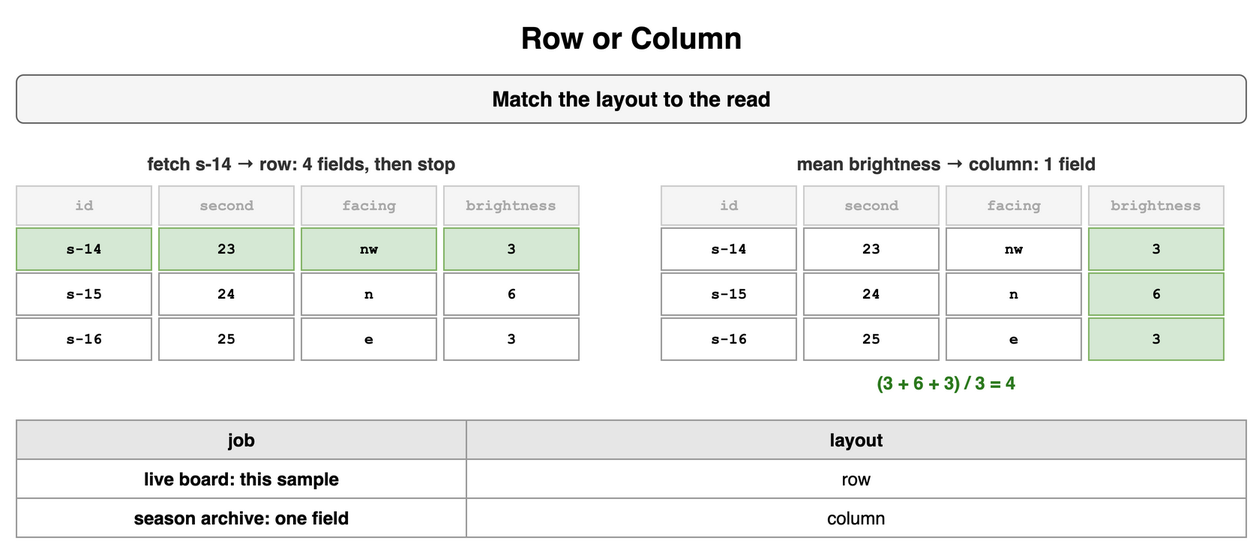
This is content/09_System_Design_Interview/14_Encoding_Serialization_and_Schema_Evolution/diagrams/encoding-5-row-or-column.png from amendez13/swe-study-guide, a draw.io export, as it was before one commit. Source tidied: cells renumbered, new cells last; positions are measured from the earlier drawing's top-left corner, leaving out a move shared by most shapes.
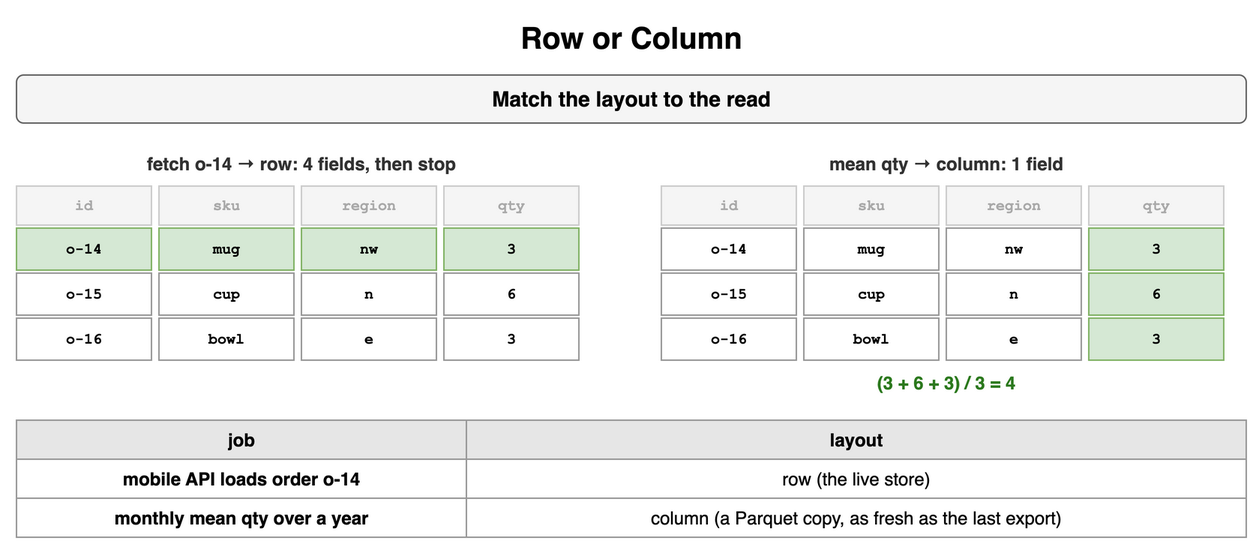
After the change.

Diff of the diagram source:
```diff
@@ -8,25 +8,25 @@
     <mxCell id="3" value="Match the layout to the read" style="rounded=1;whiteSpace=wrap;html=1;fillColor=#f5f5f5;strokeColor=#666666;fontStyle=1;fontSize=14;" parent="1" vertex="1">
       <mxGeometry y="40" width="820" height="32" as="geometry" />
     </mxCell>
-    <mxCell id="4" value="fetch s-14 → row: 4 fields, then stop" style="text;html=1;whiteSpace=wrap;fontSize=11;align=center;verticalAlign=middle;fontSize=12;fontColor=#333333;fontStyle=1;" parent="1" vertex="1">
+    <mxCell id="4" value="fetch o-14 → row: 4 fields, then stop" style="text;html=1;whiteSpace=wrap;fontSize=11;align=center;verticalAlign=middle;fontSize=12;fontColor=#333333;fontStyle=1;" parent="1" vertex="1">
       <mxGeometry y="90" width="380" height="18" as="geometry" />
     </mxCell>
     <mxCell id="5" value="id" style="rounded=0;whiteSpace=wrap;html=1;fontFamily=Courier New;fontStyle=1;fontSize=13;fillColor=#f5f5f5;strokeColor=#cccccc;fontSize=10;fontColor=#aaaaaa;" parent="1" vertex="1">
       <mxGeometry y="114" width="90" height="26" as="geometry" />
     </mxCell>
-    <mxCell id="6" value="second" style="rounded=0;whiteSpace=wrap;html=1;fontFamily=Courier New;fontStyle=1;fontSize=13;fillColor=#f5f5f5;strokeColor=#cccccc;fontSize=10;fontColor=#aaaaaa;" parent="1" vertex="1">
+    <mxCell id="6" value="sku" style="rounded=0;whiteSpace=wrap;html=1;fontFamily=Courier New;fontStyle=1;fontSize=13;fillColor=#f5f5f5;strokeColor=#cccccc;fontSize=10;fontColor=#aaaaaa;" parent="1" vertex="1">
       <mxGeometry x="95" y="114" width="90" height="26" as="geometry" />
     </mxCell>
-    <mxCell id="7" value="facing" style="rounded=0;whiteSpace=wrap;html=1;fontFamily=Courier New;fontStyle=1;fontSize=13;fillColor=#f5f5f5;strokeColor=#cccccc;fontSize=10;fontColor=#aaaaaa;" parent="1" vertex="1">
+    <mxCell id="7" value="region" style="rounded=0;whiteSpace=wrap;html=1;fontFamily=Courier New;fontStyle=1;fontSize=13;fillColor=#f5f5f5;strokeColor=#cccccc;fontSize=10;fontColor=#aaaaaa;" parent="1" vertex="1">
       <mxGeometry x="190" y="114" width="90" height="26" as="geometry" />
     </mxCell>
-    <mxCell id="8" value="brightness" style="rounded=0;whiteSpace=wrap;html=1;fontFamily=Courier New;fontStyle=1;fontSize=13;fillColor=#f5f5f5;strokeColor=#cccccc;fontSize=10;fontColor=#aaaaaa;" parent="1" vertex="1">
+    <mxCell id="8" value="qty" style="rounded=0;whiteSpace=wrap;html=1;fontFamily=Courier New;fontStyle=1;fontSize=13;fillColor=#f5f5f5;strokeColor=#cccccc;fontSize=10;fontColor=#aaaaaa;" parent="1" vertex="1">
       <mxGeometry x="285" y="114" width="90" height="26" as="geometry" />
     </mxCell>
-    <mxCell id="9" value="s-14" style="rounded=0;whiteSpace=wrap;html=1;fontFamily=Courier New;fontStyle=1;fontSize=13;fillColor=#d5e8d4;strokeColor=#82b366;fontSize=10;" parent="1" vertex="1">
+    <mxCell id="9" value="o-14" style="rounded=0;whiteSpace=wrap;html=1;fontFamily=Courier New;fontStyle=1;fontSize=13;fillColor=#d5e8d4;strokeColor=#82b366;fontSize=10;" parent="1" vertex="1">
       <mxGeometry y="142" width="90" height="28" as="geometry" />
     </mxCell>
-    <mxCell id="10" value="23" style="rounded=0;whiteSpace=wrap;html=1;fontFamily=Courier New;fontStyle=1;fontSize=13;fillColor=#d5e8d4;strokeColor=#82b366;fontSize=10;" parent="1" vertex="1">
+    <mxCell id="10" value="mug" style="rounded=0;whiteSpace=wrap;html=1;fontFamily=Courier New;fontStyle=1;fontSize=13;fillColor=#d5e8d4;strokeColor=#82b366;fontSize=10;" parent="1" vertex="1">
       <mxGeometry x="95" y="142" width="90" height="28" as="geometry" />
     </mxCell>
     <mxCell id="11" value="nw" style="rounded=0;whiteSpace=wrap;html=1;fontFamily=Courier New;fontStyle=1;fontSize=13;fillColor=#d5e8d4;strokeColor=#82b366;fontSize=10;" parent="1" vertex="1">
@@ -35,10 +35,10 @@
     <mxCell id="12" value="3" style="rounded=0;whiteSpace=wrap;html=1;fontFamily=Courier New;fontStyle=1;fontSize=13;fillColor=#d5e8d4;strokeColor=#82b366;fontSize=10;" parent="1" vertex="1">
       <mxGeometry x="285" y="142" width="90" height="28" as="geometry" />
     </mxCell>
-    <mxCell id="13" value="s-15" style="rounded=0;whiteSpace=wrap;html=1;fontFamily=Courier New;fontStyle=1;fontSize=13;fillColor=#ffffff;strokeColor=#999999;fontSize=10;" parent="1" vertex="1">
+    <mxCell id="13" value="o-15" style="rounded=0;whiteSpace=wrap;html=1;fontFamily=Courier New;fontStyle=1;fontSize=13;fillColor=#ffffff;strokeColor=#999999;fontSize=10;" parent="1" vertex="1">
       <mxGeometry y="172" width="90" height="28" as="geometry" />
     </mxCell>
-    <mxCell id="14" value="24" style="rounded=0;whiteSpace=wrap;html=1;fontFamily=Courier New;fontStyle=1;fontSize=13;fillColor=#ffffff;strokeColor=#999999;fontSize=10;" parent="1" vertex="1">
+    <mxCell id="14" value="cup" style="rounded=0;whiteSpace=wrap;html=1;fontFamily=Courier New;fontStyle=1;fontSize=13;fillColor=#ffffff;strokeColor=#999999;fontSize=10;" parent="1" vertex="1">
       <mxGeometry x="95" y="172" width="90" height="28" as="geometry" />
     </mxCell>
     <mxCell id="15" value="n" style="rounded=0;whiteSpace=wrap;html=1;fontFamily=Courier New;fontStyle=1;fontSize=13;fillColor=#ffffff;strokeColor=#999999;fontSize=10;" parent="1" vertex="1">
@@ -47,10 +47,10 @@
     <mxCell id="16" value="6" style="rounded=0;whiteSpace=wrap;html=1;fontFamily=Courier New;fontStyle=1;fontSize=13;fillColor=#ffffff;strokeColor=#999999;fontSize=10;" parent="1" vertex="1">
       <mxGeometry x="285" y="172" width="90" height="28" as="geometry" />
     </mxCell>
-    <mxCell id="17" value="s-16" style="rounded=0;whiteSpace=wrap;html=1;fontFamily=Courier New;fontStyle=1;fontSize=13;fillColor=#ffffff;strokeColor=#999999;fontSize=10;" parent="1" vertex="1">
+    <mxCell id="17" value="o-16" style="rounded=0;whiteSpace=wrap;html=1;fontFamily=Courier New;fontStyle=1;fontSize=13;fillColor=#ffffff;strokeColor=#999999;fontSize=10;" parent="1" vertex="1">
       <mxGeometry y="202" width="90" height="28" as="geometry" />
     </mxCell>
-    <mxCell id="18" value="25" style="rounded=0;whiteSpace=wrap;html=1;fontFamily=Courier New;fontStyle=1;fontSize=13;fillColor=#ffffff;strokeColor=#999999;fontSize=10;" parent="1" vertex="1">
+    <mxCell id="18" value="bowl" style="rounded=0;whiteSpace=wrap;html=1;fontFamily=Courier New;fontStyle=1;fontSize=13;fillColor=#ffffff;strokeColor=#999999;fontSize=10;" parent="1" vertex="1">
       <mxGeometry x="95" y="202" width="90" height="28" as="geometry" />
     </mxCell>
     <mxCell id="19" value="e" style="rounded=0;whiteSpace=wrap;html=1;fontFamily=Courier New;fontStyle=1;fontSize=13;fillColor=#ffffff;strokeColor=#999999;fontSize=10;" parent="1" vertex="1">
@@ -59,25 +59,25 @@
     <mxCell id="20" value="3" style="rounded=0;whiteSpace=wrap;html=1;fontFamily=Courier New;fontStyle=1;fontSize=13;fillColor=#ffffff;strokeColor=#999999;fontSize=10;" parent="1" vertex="1">
       <mxGeometry x="285" y="202" width="90" height="28" as="geometry" />
     </mxCell>
-    <mxCell id="21" value="mean brightness → column: 1 field" style="text;html=1;whiteSpace=wrap;fontSize=11;align=center;verticalAlign=middle;fontSize=12;fontColor=#333333;fontStyle=1;" parent="1" vertex="1">
+    <mxCell id="21" value="mean qty → column: 1 field" style="text;html=1;whiteSpace=wrap;fontSize=11;align=center;verticalAlign=middle;fontSize=12;fontColor=#333333;fontStyle=1;" parent="1" vertex="1">
       <mxGeometry x="430" y="90" width="380" height="18" as="geometry" />
     </mxCell>
     <mxCell id="22" value="id" style="rounded=0;whiteSpace=wrap;html=1;fontFamily=Courier New;fontStyle=1;fontSize=13;fillColor=#f5f5f5;strokeColor=#cccccc;fontSize=10;fontColor=#aaaaaa;" parent="1" vertex="1">
       <mxGeometry x="430" y="114" width="90" height="26" as="geometry" />
     </mxCell>
-    <mxCell id="23" value="second" style="rounded=0;whiteSpace=wrap;html=1;fontFamily=Courier New;fontStyle=1;fontSize=13;fillColor=#f5f5f5;strokeColor=#cccccc;fontSize=10;fontColor=#aaaaaa;" parent="1" vertex="1">
+    <mxCell id="23" value="sku" style="rounded=0;whiteSpace=wrap;html=1;fontFamily=Courier New;fontStyle=1;fontSize=13;fillColor=#f5f5f5;strokeColor=#cccccc;fontSize=10;fontColor=#aaaaaa;" parent="1" vertex="1">
       <mxGeometry x="525" y="114" width="90" height="26" as="geometry" />
     </mxCell>
-    <mxCell id="24" value="facing" style="rounded=0;whiteSpace=wrap;html=1;fontFamily=Courier New;fontStyle=1;fontSize=13;fillColor=#f5f5f5;strokeColor=#cccccc;fontSize=10;fontColor=#aaaaaa;" parent="1" vertex="1">
+    <mxCell id="24" value="region" style="rounded=0;whiteSpace=wrap;html=1;fontFamily=Courier New;fontStyle=1;fontSize=13;fillColor=#f5f5f5;strokeColor=#cccccc;fontSize=10;fontColor=#aaaaaa;" parent="1" vertex="1">
       <mxGeometry x="620" y="114" width="90" height="26" as="geometry" />
     </mxCell>
-    <mxCell id="25" value="brightness" style="rounded=0;whiteSpace=wrap;html=1;fontFamily=Courier New;fontStyle=1;fontSize=13;fillColor=#f5f5f5;strokeColor=#cccccc;fontSize=10;fontColor=#aaaaaa;" parent="1" vertex="1">
+    <mxCell id="25" value="qty" style="rounded=0;whiteSpace=wrap;html=1;fontFamily=Courier New;fontStyle=1;fontSize=13;fillColor=#f5f5f5;strokeColor=#cccccc;fontSize=10;fontColor=#aaaaaa;" parent="1" vertex="1">
       <mxGeometry x="715" y="114" width="90" height="26" as="geometry" />
     </mxCell>
-    <mxCell id="26" value="s-14" style="rounded=0;whiteSpace=wrap;html=1;fontFamily=Courier New;fontStyle=1;fontSize=13;fillColor=#ffffff;strokeColor=#999999;fontSize=10;" parent="1" vertex="1">
+    <mxCell id="26" value="o-14" style="rounded=0;whiteSpace=wrap;html=1;fontFamily=Courier New;fontStyle=1;fontSize=13;fillColor=#ffffff;strokeColor=#999999;fontSize=10;" parent="1" vertex="1">
       <mxGeometry x="430" y="142" width="90" height="28" as="geometry" />
     </mxCell>
-    <mxCell id="27" value="23" style="rounded=0;whiteSpace=wrap;html=1;fontFamily=Courier New;fontStyle=1;fontSize=13;fillColor=#ffffff;strokeColor=#999999;fontSize=10;" parent="1" vertex="1">
+    <mxCell id="27" value="mug" style="rounded=0;whiteSpace=wrap;html=1;fontFamily=Courier New;fontStyle=1;fontSize=13;fillColor=#ffffff;strokeColor=#999999;fontSize=10;" parent="1" vertex="1">
       <mxGeometry x="525" y="142" width="90" height="28" as="geometry" />
     </mxCell>
     <mxCell id="28" value="nw" style="rounded=0;whiteSpace=wrap;html=1;fontFamily=Courier New;fontStyle=1;fontSize=13;fillColor=#ffffff;strokeColor=#999999;fontSize=10;" parent="1" vertex="1">
@@ -86,10 +86,10 @@
     <mxCell id="29" value="3" style="rounded=0;whiteSpace=wrap;html=1;fontFamily=Courier New;fontStyle=1;fontSize=13;fillColor=#d5e8d4;strokeColor=#82b366;fontSize=10;" parent="1" vertex="1">
       <mxGeometry x="715" y="142" width="90" height="28" as="geometry" />
     </mxCell>
-    <mxCell id="30" value="s-15" style="rounded=0;whiteSpace=wrap;html=1;fontFamily=Courier New;fontStyle=1;fontSize=13;fillColor=#ffffff;strokeColor=#999999;fontSize=10;" parent="1" vertex="1">
+    <mxCell id="30" value="o-15" style="rounded=0;whiteSpace=wrap;html=1;fontFamily=Courier New;fontStyle=1;fontSize=13;fillColor=#ffffff;strokeColor=#999999;fontSize=10;" parent="1" vertex="1">
       <mxGeometry x="430" y="172" width="90" height="28" as="geometry" />
     </mxCell>
-    <mxCell id="31" value="24" style="rounded=0;whiteSpace=wrap;html=1;fontFamily=Courier New;fontStyle=1;fontSize=13;fillColor=#ffffff;strokeColor=#999999;fontSize=10;" parent="1" vertex="1">
+    <mxCell id="31" value="cup" style="rounded=0;whiteSpace=wrap;html=1;fontFamily=Courier New;fontStyle=1;fontSize=13;fillColor=#ffffff;strokeColor=#999999;fontSize=10;" parent="1" vertex="1">
       <mxGeometry x="525" y="172" width="90" height="28" as="geometry" />
     </mxCell>
     <mxCell id="32" value="n" style="rounded=0;whiteSpace=wrap;html=1;fontFamily=Courier New;fontStyle=1;fontSize=13;fillColor=#ffffff;strokeColor=#999999;fontSize=10;" parent="1" vertex="1">
@@ -98,10 +98,10 @@
     <mxCell id="33" value="6" style="rounded=0;whiteSpace=wrap;html=1;fontFamily=Courier New;fontStyle=1;fontSize=13;fillColor=#d5e8d4;strokeColor=#82b366;fontSize=10;" parent="1" vertex="1">
       <mxGeometry x="715" y="172" width="90" height="28" as="geometry" />
     </mxCell>
-    <mxCell id="34" value="s-16" style="rounded=0;whiteSpace=wrap;html=1;fontFamily=Courier New;fontStyle=1;fontSize=13;fillColor=#ffffff;strokeColor=#999999;fontSize=10;" parent="1" vertex="1">
+    <mxCell id="34" value="o-16" style="rounded=0;whiteSpace=wrap;html=1;fontFamily=Courier New;fontStyle=1;fontSize=13;fillColor=#ffffff;strokeColor=#999999;fontSize=10;" parent="1" vertex="1">
       <mxGeometry x="430" y="202" width="90" height="28" as="geometry" />
     </mxCell>
-    <mxCell id="35" value="25" style="rounded=0;whiteSpace=wrap;html=1;fontFamily=Courier New;fontStyle=1;fontSize=13;fillColor=#ffffff;strokeColor=#999999;fontSize=10;" parent="1" vertex="1">
+    <mxCell id="35" value="bowl" style="rounded=0;whiteSpace=wrap;html=1;fontFamily=Courier New;fontStyle=1;fontSize=13;fillColor=#ffffff;strokeColor=#999999;fontSize=10;" parent="1" vertex="1">
       <mxGeometry x="525" y="202" width="90" height="28" as="geometry" />
     </mxCell>
     <mxCell id="36" value="e" style="rounded=0;whiteSpace=wrap;html=1;fontFamily=Courier New;fontStyle=1;fontSize=13;fillColor=#ffffff;strokeColor=#999999;fontSize=10;" parent="1" vertex="1">
@@ -119,16 +119,16 @@
     <mxCell id="40" value="layout" style="whiteSpace=wrap;html=1;fillColor=#e6e6e6;strokeColor=#999999;fontStyle=1;fontSize=12;" parent="1" vertex="1">
       <mxGeometry x="300" y="270" width="520" height="26" as="geometry" />
     </mxCell>
-    <mxCell id="41" value="live board: this sample" style="whiteSpace=wrap;html=1;strokeColor=#999999;fontSize=12;fillColor=#ffffff;fontStyle=1;" parent="1" vertex="1">
+    <mxCell id="41" value="mobile API loads order o-14" style="whiteSpace=wrap;html=1;strokeColor=#999999;fontSize=12;fillColor=#ffffff;fontStyle=1;" parent="1" vertex="1">
       <mxGeometry y="296" width="300" height="26" as="geometry" />
     </mxCell>
-    <mxCell id="42" value="row" style="whiteSpace=wrap;html=1;strokeColor=#999999;fontSize=12;fillColor=#ffffff;" parent="1" vertex="1">
+    <mxCell id="42" value="row (the live store)" style="whiteSpace=wrap;html=1;strokeColor=#999999;fontSize=12;fillColor=#ffffff;" parent="1" vertex="1">
       <mxGeometry x="300" y="296" width="520" height="26" as="geometry" />
     </mxCell>
-    <mxCell id="43" value="season archive: one field" style="whiteSpace=wrap;html=1;strokeColor=#999999;fontSize=12;fillColor=#ffffff;fontStyle=1;" parent="1" vertex="1">
+    <mxCell id="43" value="monthly mean qty over a year" style="whiteSpace=wrap;html=1;strokeColor=#999999;fontSize=12;fillColor=#ffffff;fontStyle=1;" parent="1" vertex="1">
       <mxGeometry y="322" width="300" height="26" as="geometry" />
     </mxCell>
-    <mxCell id="44" value="column" style="whiteSpace=wrap;html=1;strokeColor=#999999;fontSize=12;fillColor=#ffffff;" parent="1" vertex="1">
+    <mxCell id="44" value="column (a Parquet copy, as fresh as the last export)" style="whiteSpace=wrap;html=1;strokeColor=#999999;fontSize=12;fillColor=#ffffff;" parent="1" vertex="1">
       <mxGeometry x="300" y="322" width="520" height="26" as="geometry" />
     </mxCell>
   </root>
```
